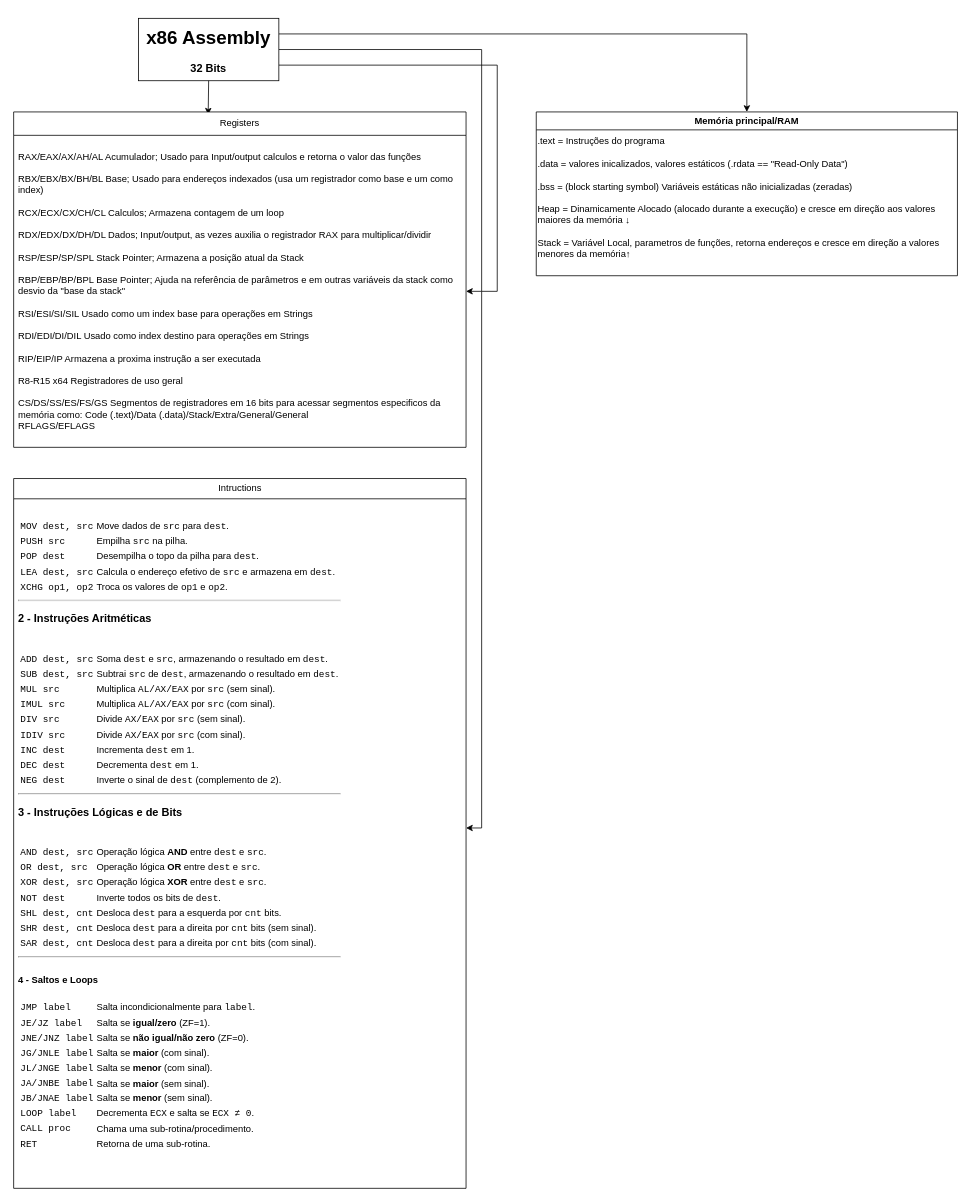
Before: x86AssemblyIntro.drawio in BrunoOfAstora/X86-Assembly-Introduction, a draw.io diagram. Source tidied: cells renumbered, new cells numbered last; positions are measured from the earlier drawing's top-left corner, leaving out a move shared by most shapes. Both pictures are drawn from the tidied source at 78%, with x=0, y=0 at pixel (13, 18).
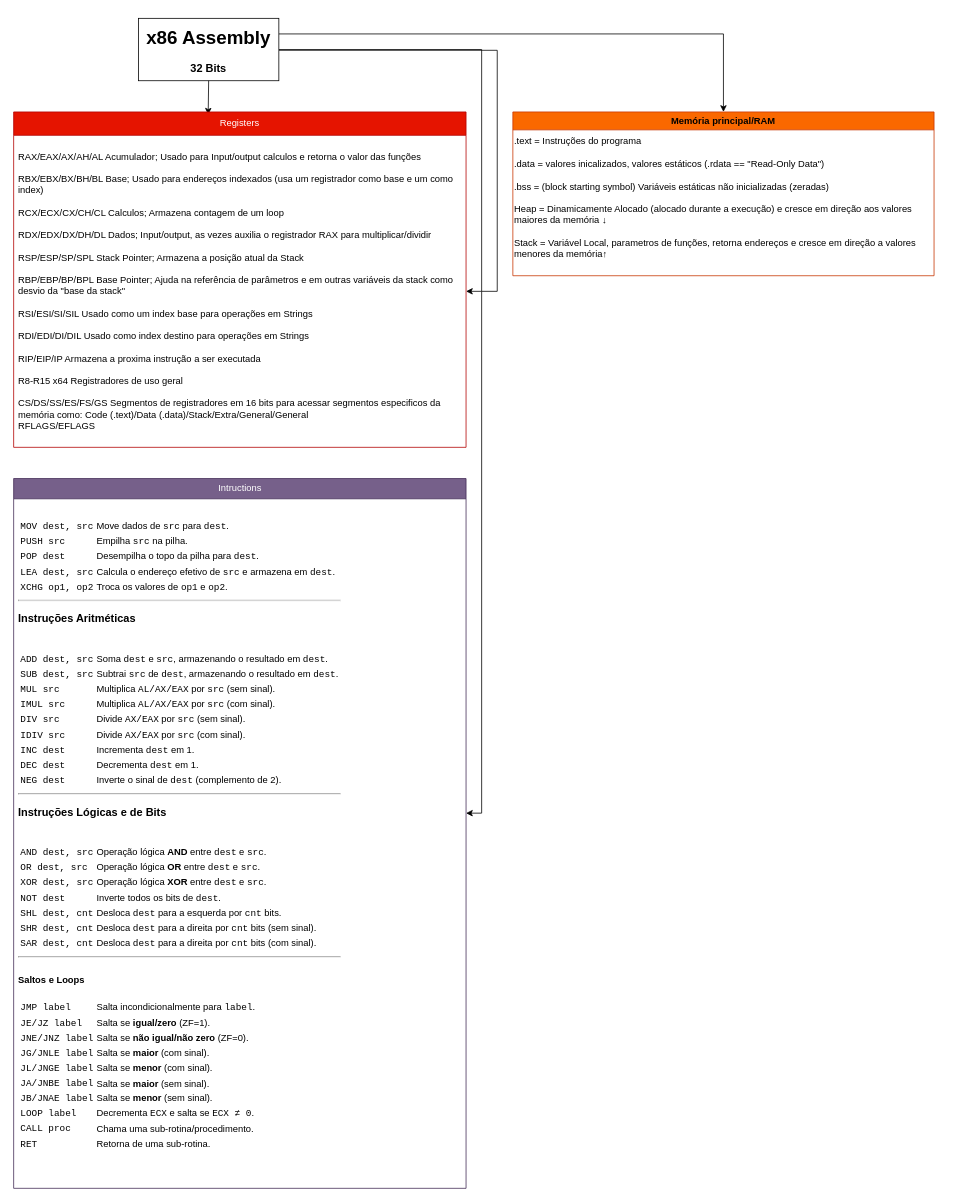
The same page after the edit.

The edit, as a diff of the source:
```diff
@@
 <mxGraphModel>
   <root>
     <mxCell id="0" />
     <mxCell id="1" parent="0" />
     <mxCell id="2" style="edgeStyle=orthogonalEdgeStyle;rounded=0;jettySize=auto;html=1;exitX=1;exitY=0.25;exitDx=0;exitDy=0;" parent="1" edge="1" source="5" target="11">
       <mxGeometry relative="1" as="geometry" />
     </mxCell>
     <mxCell id="3" style="edgeStyle=orthogonalEdgeStyle;rounded=0;jettySize=auto;html=1;exitX=1;exitY=0.5;exitDx=0;exitDy=0;entryX=1;entryY=0.5;entryDx=0;entryDy=0;" parent="1" edge="1" source="5" target="8">
       <mxGeometry relative="1" as="geometry" />
     </mxCell>
     <mxCell id="4" style="edgeStyle=orthogonalEdgeStyle;rounded=0;orthogonalLoop=1;jettySize=auto;html=1;entryX=1;entryY=0.5;entryDx=0;entryDy=0;" parent="1" edge="1">
       <mxGeometry relative="1" as="geometry">
-        <mxPoint x="340" y="60" as="sourcePoint" />
-        <mxPoint x="580" y="1038" as="targetPoint" />
+        <mxPoint x="340" y="41" as="sourcePoint" />
+        <mxPoint x="580" y="1019" as="targetPoint" />
         <Array as="points">
-          <mxPoint x="620" y="60" />
+          <mxPoint x="620" y="41" />
           <mxPoint x="620" y="350" />
           <mxPoint x="600" y="350" />
-          <mxPoint x="600" y="1038" />
+          <mxPoint x="600" y="1019" />
         </Array>
       </mxGeometry>
     </mxCell>
     <mxCell id="5" value="&lt;h1&gt;&lt;b&gt;x86 Assembly&lt;/b&gt;&lt;/h1&gt;&lt;h3&gt;32 Bits&lt;/h3&gt;" style="rounded=0;whiteSpace=wrap;html=1;" parent="1" vertex="1">
       <mxGeometry x="160" width="180" height="80" as="geometry" />
     </mxCell>
     <mxCell id="6" style="endArrow=classic;html=1;rounded=0;exitX=0.5;exitY=1;exitDx=0;exitDy=0;entryX=0.43;entryY=0.008;entryDx=0;entryDy=0;entryPerimeter=0;" parent="1" edge="1" source="5" target="7">
       <mxGeometry relative="1" as="geometry" />
     </mxCell>
-    <mxCell id="7" value="Registers" style="swimlane;fontStyle=0;horizontal=1;startSize=30;whiteSpace=wrap;html=1;" parent="1" vertex="1">
+    <mxCell id="7" value="Registers" style="swimlane;fontStyle=0;horizontal=1;startSize=30;whiteSpace=wrap;html=1;fillColor=light-dark(#E51400,#FF0000);fontColor=#ffffff;strokeColor=#B20000;" parent="1" vertex="1">
       <mxGeometry y="120" width="580" height="430" as="geometry" />
     </mxCell>
-    <mxCell id="8" value="&lt;div&gt;RAX/EAX/AX/AH/AL Acumulador; Usado para Input/output calculos e retorna o valor das funções&lt;/div&gt;&lt;br&gt;&lt;div&gt;RBX/EBX/BX/BH/BL Base; Usado para endereços indexados (usa um registrador como base e um como index)&lt;/div&gt;&lt;div&gt;&lt;br&gt;&lt;/div&gt;&lt;div&gt;RCX/ECX/CX/CH/CL Calculos; Armazena contagem de um loop&lt;/div&gt;&lt;div&gt;&lt;br&gt;&lt;/div&gt;&lt;div&gt;RDX/EDX/DX/DH/DL Dados; Input/output, as vezes auxilia o registrador RAX para multiplicar/dividir&lt;/div&gt;&lt;div&gt;&lt;br&gt;&lt;/div&gt;&lt;div&gt;RSP/ESP/SP/SPL Stack Pointer; Armazena a posição atual da Stack&lt;/div&gt;&lt;div&gt;&lt;br&gt;&lt;/div&gt;&lt;div&gt;RBP/EBP/BP/BPL Base Pointer; Ajuda na referência de parâmetros e em outras variáveis da stack como desvio da &quot;base da stack&quot;&lt;/div&gt;&lt;div&gt;&lt;br&gt;&lt;/div&gt;&lt;div&gt;RSI/ESI/SI/SIL Usado como um index base para operações em Strings&lt;/div&gt;&lt;div&gt;&lt;br&gt;&lt;/div&gt;&lt;div&gt;RDI/EDI/DI/DIL Usado como index destino para operações em Strings&lt;/div&gt;&lt;div&gt;&lt;br&gt;&lt;/div&gt;&lt;div&gt;RIP/EIP/IP Armazena a proxima instrução a ser executada&lt;/div&gt;&lt;div&gt;&lt;br&gt;&lt;/div&gt;&lt;div&gt;R8-R15 x64 Registradores de uso geral&lt;/div&gt;&lt;div&gt;&lt;br&gt;&lt;/div&gt;&lt;div&gt;CS/DS/SS/ES/FS/GS Segmentos de registradores em 16 bits para acessar segmentos especificos da memória como: Code (.text)/Data (.data)/Stack/Extra/General/General&lt;/div&gt;RFLAGS/EFLAGS" style="text;strokeColor=none;fillColor=none;align=left;verticalAlign=middle;spacingLeft=4;spacingRight=4;overflow=hidden;points=[[0,0.5],[1,0.5]];portConstraint=eastwest;whiteSpace=wrap;html=1;" parent="7" vertex="1">
+    <mxCell id="8" value="&lt;div&gt;RAX/EAX/AX/AH/AL Acumulador; Usado para Input/output calculos e retorna o valor das funções&lt;/div&gt;&lt;br&gt;&lt;div&gt;RBX/EBX/BX/BH/BL Base; Usado para endereços indexados (usa um registrador como base e um como index)&lt;/div&gt;&lt;div&gt;&lt;br&gt;&lt;/div&gt;&lt;div&gt;RCX/ECX/CX/CH/CL Calculos; Armazena contagem de um loop&lt;/div&gt;&lt;div&gt;&lt;br&gt;&lt;/div&gt;&lt;div&gt;RDX/EDX/DX/DH/DL Dados; Input/output, as vezes auxilia o registrador RAX para multiplicar/dividir&lt;/div&gt;&lt;div&gt;&lt;br&gt;&lt;/div&gt;&lt;div&gt;RSP/ESP/SP/SPL Stack Pointer; Armazena a posição atual da Stack&lt;/div&gt;&lt;div&gt;&lt;br&gt;&lt;/div&gt;&lt;div&gt;RBP/EBP/BP/BPL Base Pointer; Ajuda na referência de parâmetros e em outras variáveis da stack como desvio da &quot;base da stack&quot;&lt;/div&gt;&lt;div&gt;&lt;br&gt;&lt;/div&gt;&lt;div&gt;RSI/ESI/SI/SIL Usado como um index base para operações em Strings&lt;/div&gt;&lt;div&gt;&lt;br&gt;&lt;/div&gt;&lt;div&gt;RDI/EDI/DI/DIL Usado como index destino para operações em Strings&lt;/div&gt;&lt;div&gt;&lt;br&gt;&lt;/div&gt;&lt;div&gt;RIP/EIP/IP Armazena a proxima instrução a ser executada&lt;/div&gt;&lt;div&gt;&lt;br&gt;&lt;/div&gt;&lt;div&gt;R8-R15 x64 Registradores de uso geral&lt;/div&gt;&lt;div&gt;&lt;br&gt;&lt;/div&gt;&lt;div&gt;CS/DS/SS/ES/FS/GS Segmentos de registradores em 16 bits para acessar segmentos especificos da memória como: Code (.text)/Data (.data)/Stack/Extra/General/General&lt;/div&gt;RFLAGS/EFLAGS" style="text;align=left;verticalAlign=middle;spacingLeft=4;spacingRight=4;overflow=hidden;points=[[0,0.5],[1,0.5]];portConstraint=eastwest;whiteSpace=wrap;html=1;" parent="7" vertex="1">
       <mxGeometry y="30" width="580" height="400" as="geometry" />
     </mxCell>
-    <mxCell id="9" value="Intructions" style="swimlane;fontStyle=0;horizontal=1;startSize=26;fillColor=none;html=1;" parent="1" vertex="1">
+    <mxCell id="9" value="Intructions" style="swimlane;fontStyle=0;horizontal=1;startSize=26;fillColor=#76608a;html=1;fontColor=#ffffff;strokeColor=#432D57;" parent="1" vertex="1">
       <mxGeometry y="590" width="580" height="910" as="geometry" />
     </mxCell>
-    <mxCell id="10" value="&lt;table&gt;&lt;thead&gt;&lt;tr&gt;&lt;th&gt;&lt;br&gt;&lt;/th&gt;&lt;th&gt;&lt;br&gt;&lt;/th&gt;&lt;/tr&gt;&lt;/thead&gt;&lt;tbody&gt;&lt;tr&gt;&lt;td&gt;&lt;code&gt;MOV dest, src&lt;/code&gt;&lt;/td&gt;&lt;td&gt;Move dados de &lt;code&gt;src&lt;/code&gt; para &lt;code&gt;dest&lt;/code&gt;.&lt;/td&gt;&lt;/tr&gt;&lt;tr&gt;&lt;td&gt;&lt;code&gt;PUSH src&lt;/code&gt;&lt;/td&gt;&lt;td&gt;Empilha &lt;code&gt;src&lt;/code&gt; na pilha.&lt;/td&gt;&lt;/tr&gt;&lt;tr&gt;&lt;td&gt;&lt;code&gt;POP dest&lt;/code&gt;&lt;/td&gt;&lt;td&gt;Desempilha o topo da pilha para &lt;code&gt;dest&lt;/code&gt;.&lt;/td&gt;&lt;/tr&gt;&lt;tr&gt;&lt;td&gt;&lt;code&gt;LEA dest, src&lt;/code&gt;&lt;/td&gt;&lt;td&gt;Calcula o endereço efetivo de &lt;code&gt;src&lt;/code&gt; e armazena em &lt;code&gt;dest&lt;/code&gt;.&lt;/td&gt;&lt;/tr&gt;&lt;tr&gt;&lt;td&gt;&lt;code&gt;XCHG op1, op2&lt;/code&gt;&lt;/td&gt;&lt;td&gt;Troca os valores de &lt;code&gt;op1&lt;/code&gt; e &lt;code&gt;op2&lt;/code&gt;.&lt;/td&gt;&lt;/tr&gt;&lt;/tbody&gt;&lt;/table&gt;&lt;hr&gt;&lt;h3&gt;&lt;strong&gt;2 - Instruções Aritméticas&lt;/strong&gt;&lt;/h3&gt;&lt;table&gt;&lt;thead&gt;&lt;tr&gt;&lt;th&gt;&lt;br&gt;&lt;/th&gt;&lt;th&gt;&lt;br&gt;&lt;/th&gt;&lt;/tr&gt;&lt;/thead&gt;&lt;tbody&gt;&lt;tr&gt;&lt;td&gt;&lt;code&gt;ADD dest, src&lt;/code&gt;&lt;/td&gt;&lt;td&gt;Soma &lt;code&gt;dest&lt;/code&gt; e &lt;code&gt;src&lt;/code&gt;, armazenando o resultado em &lt;code&gt;dest&lt;/code&gt;.&lt;/td&gt;&lt;/tr&gt;&lt;tr&gt;&lt;td&gt;&lt;code&gt;SUB dest, src&lt;/code&gt;&lt;/td&gt;&lt;td&gt;Subtrai &lt;code&gt;src&lt;/code&gt; de &lt;code&gt;dest&lt;/code&gt;, armazenando o resultado em &lt;code&gt;dest&lt;/code&gt;.&lt;/td&gt;&lt;/tr&gt;&lt;tr&gt;&lt;td&gt;&lt;code&gt;MUL src&lt;/code&gt;&lt;/td&gt;&lt;td&gt;Multiplica &lt;code&gt;AL/AX/EAX&lt;/code&gt; por &lt;code&gt;src&lt;/code&gt; (sem sinal).&lt;/td&gt;&lt;/tr&gt;&lt;tr&gt;&lt;td&gt;&lt;code&gt;IMUL src&lt;/code&gt;&lt;/td&gt;&lt;td&gt;Multiplica &lt;code&gt;AL/AX/EAX&lt;/code&gt; por &lt;code&gt;src&lt;/code&gt; (com sinal).&lt;/td&gt;&lt;/tr&gt;&lt;tr&gt;&lt;td&gt;&lt;code&gt;DIV src&lt;/code&gt;&lt;/td&gt;&lt;td&gt;Divide &lt;code&gt;AX/EAX&lt;/code&gt; por &lt;code&gt;src&lt;/code&gt; (sem sinal).&lt;/td&gt;&lt;/tr&gt;&lt;tr&gt;&lt;td&gt;&lt;code&gt;IDIV src&lt;/code&gt;&lt;/td&gt;&lt;td&gt;Divide &lt;code&gt;AX/EAX&lt;/code&gt; por &lt;code&gt;src&lt;/code&gt; (com sinal).&lt;/td&gt;&lt;/tr&gt;&lt;tr&gt;&lt;td&gt;&lt;code&gt;INC dest&lt;/code&gt;&lt;/td&gt;&lt;td&gt;Incrementa &lt;code&gt;dest&lt;/code&gt; em 1.&lt;/td&gt;&lt;/tr&gt;&lt;tr&gt;&lt;td&gt;&lt;code&gt;DEC dest&lt;/code&gt;&lt;/td&gt;&lt;td&gt;Decrementa &lt;code&gt;dest&lt;/code&gt; em 1.&lt;/td&gt;&lt;/tr&gt;&lt;tr&gt;&lt;td&gt;&lt;code&gt;NEG dest&lt;/code&gt;&lt;/td&gt;&lt;td&gt;Inverte o sinal de &lt;code&gt;dest&lt;/code&gt; (complemento de 2).&lt;/td&gt;&lt;/tr&gt;&lt;/tbody&gt;&lt;/table&gt;&lt;hr&gt;&lt;h3&gt;&lt;strong&gt;3 - Instruções Lógicas e de Bits&lt;/strong&gt;&lt;/h3&gt;&lt;table&gt;&lt;thead&gt;&lt;tr&gt;&lt;th&gt;&lt;br&gt;&lt;/th&gt;&lt;th&gt;&lt;br&gt;&lt;/th&gt;&lt;/tr&gt;&lt;/thead&gt;&lt;tbody&gt;&lt;tr&gt;&lt;td&gt;&lt;code&gt;AND dest, src&lt;/code&gt;&lt;/td&gt;&lt;td&gt;Operação lógica &lt;strong&gt;AND&lt;/strong&gt; entre &lt;code&gt;dest&lt;/code&gt; e &lt;code&gt;src&lt;/code&gt;.&lt;/td&gt;&lt;/tr&gt;&lt;tr&gt;&lt;td&gt;&lt;code&gt;OR dest, src&lt;/code&gt;&lt;/td&gt;&lt;td&gt;Operação lógica &lt;strong&gt;OR&lt;/strong&gt; entre &lt;code&gt;dest&lt;/code&gt; e &lt;code&gt;src&lt;/code&gt;.&lt;/td&gt;&lt;/tr&gt;&lt;tr&gt;&lt;td&gt;&lt;code&gt;XOR dest, src&lt;/code&gt;&lt;/td&gt;&lt;td&gt;Operação lógica &lt;strong&gt;XOR&lt;/strong&gt; entre &lt;code&gt;dest&lt;/code&gt; e &lt;code&gt;src&lt;/code&gt;.&lt;/td&gt;&lt;/tr&gt;&lt;tr&gt;&lt;td&gt;&lt;code&gt;NOT dest&lt;/code&gt;&lt;/td&gt;&lt;td&gt;Inverte todos os bits de &lt;code&gt;dest&lt;/code&gt;.&lt;/td&gt;&lt;/tr&gt;&lt;tr&gt;&lt;td&gt;&lt;code&gt;SHL dest, cnt&lt;/code&gt;&lt;/td&gt;&lt;td&gt;Desloca &lt;code&gt;dest&lt;/code&gt; para a esquerda por &lt;code&gt;cnt&lt;/code&gt; bits.&lt;/td&gt;&lt;/tr&gt;&lt;tr&gt;&lt;td&gt;&lt;code&gt;SHR dest, cnt&lt;/code&gt;&lt;/td&gt;&lt;td&gt;Desloca &lt;code&gt;dest&lt;/code&gt; para a direita por &lt;code&gt;cnt&lt;/code&gt; bits (sem sinal).&lt;/td&gt;&lt;/tr&gt;&lt;tr&gt;&lt;td&gt;&lt;code&gt;SAR dest, cnt&lt;/code&gt;&lt;/td&gt;&lt;td&gt;Desloca &lt;code&gt;dest&lt;/code&gt; para a direita por &lt;code&gt;cnt&lt;/code&gt; bits (com sinal).&lt;/td&gt;&lt;/tr&gt;&lt;/tbody&gt;&lt;/table&gt;&lt;hr&gt;&lt;div&gt;&lt;strong&gt;&lt;br&gt;&lt;/strong&gt;&lt;/div&gt;&lt;div&gt;&lt;strong&gt;4 - Saltos e Loops&lt;/strong&gt;&lt;/div&gt;&lt;table&gt;&lt;thead&gt;&lt;tr&gt;&lt;th&gt;&lt;br&gt;&lt;/th&gt;&lt;th&gt;&lt;br&gt;&lt;/th&gt;&lt;/tr&gt;&lt;/thead&gt;&lt;tbody&gt;&lt;tr&gt;&lt;td&gt;&lt;code&gt;JMP label&lt;/code&gt;&lt;/td&gt;&lt;td&gt;Salta incondicionalmente para &lt;code&gt;label&lt;/code&gt;.&lt;/td&gt;&lt;/tr&gt;&lt;tr&gt;&lt;td&gt;&lt;code&gt;JE/JZ label&lt;/code&gt;&lt;/td&gt;&lt;td&gt;Salta se &lt;strong&gt;igual/zero&lt;/strong&gt; (ZF=1).&lt;/td&gt;&lt;/tr&gt;&lt;tr&gt;&lt;td&gt;&lt;code&gt;JNE/JNZ label&lt;/code&gt;&lt;/td&gt;&lt;td&gt;Salta se &lt;strong&gt;não igual/não zero&lt;/strong&gt; (ZF=0).&lt;/td&gt;&lt;/tr&gt;&lt;tr&gt;&lt;td&gt;&lt;code&gt;JG/JNLE label&lt;/code&gt;&lt;/td&gt;&lt;td&gt;Salta se &lt;strong&gt;maior&lt;/strong&gt; (com sinal).&lt;/td&gt;&lt;/tr&gt;&lt;tr&gt;&lt;td&gt;&lt;code&gt;JL/JNGE label&lt;/code&gt;&lt;/td&gt;&lt;td&gt;Salta se &lt;strong&gt;menor&lt;/strong&gt; (com sinal).&lt;/td&gt;&lt;/tr&gt;&lt;tr&gt;&lt;td&gt;&lt;code&gt;JA/JNBE label&lt;/code&gt;&lt;/td&gt;&lt;td&gt;Salta se &lt;strong&gt;maior&lt;/strong&gt; (sem sinal).&lt;/td&gt;&lt;/tr&gt;&lt;tr&gt;&lt;td&gt;&lt;code&gt;JB/JNAE label&lt;/code&gt;&lt;/td&gt;&lt;td&gt;Salta se &lt;strong&gt;menor&lt;/strong&gt; (sem sinal).&lt;/td&gt;&lt;/tr&gt;&lt;tr&gt;&lt;td&gt;&lt;code&gt;LOOP label&lt;/code&gt;&lt;/td&gt;&lt;td&gt;Decrementa &lt;code&gt;ECX&lt;/code&gt; e salta se &lt;code&gt;ECX ≠ 0&lt;/code&gt;.&lt;/td&gt;&lt;/tr&gt;&lt;tr&gt;&lt;td&gt;&lt;code&gt;CALL proc&lt;/code&gt;&lt;/td&gt;&lt;td&gt;Chama uma sub-rotina/procedimento.&lt;/td&gt;&lt;/tr&gt;&lt;tr&gt;&lt;td&gt;&lt;code&gt;RET&lt;/code&gt;&lt;/td&gt;&lt;td&gt;Retorna de uma sub-rotina.&lt;/td&gt;&lt;/tr&gt;&lt;/tbody&gt;&lt;/table&gt;" style="text;strokeColor=none;fillColor=none;align=left;verticalAlign=top;spacingLeft=4;spacingRight=4;overflow=hidden;whiteSpace=wrap;html=1;" parent="9" vertex="1">
+    <mxCell id="10" value="&lt;table&gt;&lt;thead&gt;&lt;tr&gt;&lt;th&gt;&lt;br&gt;&lt;/th&gt;&lt;th&gt;&lt;br&gt;&lt;/th&gt;&lt;/tr&gt;&lt;/thead&gt;&lt;tbody&gt;&lt;tr&gt;&lt;td&gt;&lt;code&gt;MOV dest, src&lt;/code&gt;&lt;/td&gt;&lt;td&gt;Move dados de &lt;code&gt;src&lt;/code&gt; para &lt;code&gt;dest&lt;/code&gt;.&lt;/td&gt;&lt;/tr&gt;&lt;tr&gt;&lt;td&gt;&lt;code&gt;PUSH src&lt;/code&gt;&lt;/td&gt;&lt;td&gt;Empilha &lt;code&gt;src&lt;/code&gt; na pilha.&lt;/td&gt;&lt;/tr&gt;&lt;tr&gt;&lt;td&gt;&lt;code&gt;POP dest&lt;/code&gt;&lt;/td&gt;&lt;td&gt;Desempilha o topo da pilha para &lt;code&gt;dest&lt;/code&gt;.&lt;/td&gt;&lt;/tr&gt;&lt;tr&gt;&lt;td&gt;&lt;code&gt;LEA dest, src&lt;/code&gt;&lt;/td&gt;&lt;td&gt;Calcula o endereço efetivo de &lt;code&gt;src&lt;/code&gt; e armazena em &lt;code&gt;dest&lt;/code&gt;.&lt;/td&gt;&lt;/tr&gt;&lt;tr&gt;&lt;td&gt;&lt;code&gt;XCHG op1, op2&lt;/code&gt;&lt;/td&gt;&lt;td&gt;Troca os valores de &lt;code&gt;op1&lt;/code&gt; e &lt;code&gt;op2&lt;/code&gt;.&lt;/td&gt;&lt;/tr&gt;&lt;/tbody&gt;&lt;/table&gt;&lt;hr&gt;&lt;h3&gt;&lt;strong&gt;Instruções Aritméticas&lt;/strong&gt;&lt;/h3&gt;&lt;table&gt;&lt;thead&gt;&lt;tr&gt;&lt;th&gt;&lt;br&gt;&lt;/th&gt;&lt;th&gt;&lt;br&gt;&lt;/th&gt;&lt;/tr&gt;&lt;/thead&gt;&lt;tbody&gt;&lt;tr&gt;&lt;td&gt;&lt;code&gt;ADD dest, src&lt;/code&gt;&lt;/td&gt;&lt;td&gt;Soma &lt;code&gt;dest&lt;/code&gt; e &lt;code&gt;src&lt;/code&gt;, armazenando o resultado em &lt;code&gt;dest&lt;/code&gt;.&lt;/td&gt;&lt;/tr&gt;&lt;tr&gt;&lt;td&gt;&lt;code&gt;SUB dest, src&lt;/code&gt;&lt;/td&gt;&lt;td&gt;Subtrai &lt;code&gt;src&lt;/code&gt; de &lt;code&gt;dest&lt;/code&gt;, armazenando o resultado em &lt;code&gt;dest&lt;/code&gt;.&lt;/td&gt;&lt;/tr&gt;&lt;tr&gt;&lt;td&gt;&lt;code&gt;MUL src&lt;/code&gt;&lt;/td&gt;&lt;td&gt;Multiplica &lt;code&gt;AL/AX/EAX&lt;/code&gt; por &lt;code&gt;src&lt;/code&gt; (sem sinal).&lt;/td&gt;&lt;/tr&gt;&lt;tr&gt;&lt;td&gt;&lt;code&gt;IMUL src&lt;/code&gt;&lt;/td&gt;&lt;td&gt;Multiplica &lt;code&gt;AL/AX/EAX&lt;/code&gt; por &lt;code&gt;src&lt;/code&gt; (com sinal).&lt;/td&gt;&lt;/tr&gt;&lt;tr&gt;&lt;td&gt;&lt;code&gt;DIV src&lt;/code&gt;&lt;/td&gt;&lt;td&gt;Divide &lt;code&gt;AX/EAX&lt;/code&gt; por &lt;code&gt;src&lt;/code&gt; (sem sinal).&lt;/td&gt;&lt;/tr&gt;&lt;tr&gt;&lt;td&gt;&lt;code&gt;IDIV src&lt;/code&gt;&lt;/td&gt;&lt;td&gt;Divide &lt;code&gt;AX/EAX&lt;/code&gt; por &lt;code&gt;src&lt;/code&gt; (com sinal).&lt;/td&gt;&lt;/tr&gt;&lt;tr&gt;&lt;td&gt;&lt;code&gt;INC dest&lt;/code&gt;&lt;/td&gt;&lt;td&gt;Incrementa &lt;code&gt;dest&lt;/code&gt; em 1.&lt;/td&gt;&lt;/tr&gt;&lt;tr&gt;&lt;td&gt;&lt;code&gt;DEC dest&lt;/code&gt;&lt;/td&gt;&lt;td&gt;Decrementa &lt;code&gt;dest&lt;/code&gt; em 1.&lt;/td&gt;&lt;/tr&gt;&lt;tr&gt;&lt;td&gt;&lt;code&gt;NEG dest&lt;/code&gt;&lt;/td&gt;&lt;td&gt;Inverte o sinal de &lt;code&gt;dest&lt;/code&gt; (complemento de 2).&lt;/td&gt;&lt;/tr&gt;&lt;/tbody&gt;&lt;/table&gt;&lt;hr&gt;&lt;h3&gt;&lt;strong&gt;Instruções Lógicas e de Bits&lt;/strong&gt;&lt;/h3&gt;&lt;table&gt;&lt;thead&gt;&lt;tr&gt;&lt;th&gt;&lt;br&gt;&lt;/th&gt;&lt;th&gt;&lt;br&gt;&lt;/th&gt;&lt;/tr&gt;&lt;/thead&gt;&lt;tbody&gt;&lt;tr&gt;&lt;td&gt;&lt;code&gt;AND dest, src&lt;/code&gt;&lt;/td&gt;&lt;td&gt;Operação lógica &lt;strong&gt;AND&lt;/strong&gt; entre &lt;code&gt;dest&lt;/code&gt; e &lt;code&gt;src&lt;/code&gt;.&lt;/td&gt;&lt;/tr&gt;&lt;tr&gt;&lt;td&gt;&lt;code&gt;OR dest, src&lt;/code&gt;&lt;/td&gt;&lt;td&gt;Operação lógica &lt;strong&gt;OR&lt;/strong&gt; entre &lt;code&gt;dest&lt;/code&gt; e &lt;code&gt;src&lt;/code&gt;.&lt;/td&gt;&lt;/tr&gt;&lt;tr&gt;&lt;td&gt;&lt;code&gt;XOR dest, src&lt;/code&gt;&lt;/td&gt;&lt;td&gt;Operação lógica &lt;strong&gt;XOR&lt;/strong&gt; entre &lt;code&gt;dest&lt;/code&gt; e &lt;code&gt;src&lt;/code&gt;.&lt;/td&gt;&lt;/tr&gt;&lt;tr&gt;&lt;td&gt;&lt;code&gt;NOT dest&lt;/code&gt;&lt;/td&gt;&lt;td&gt;Inverte todos os bits de &lt;code&gt;dest&lt;/code&gt;.&lt;/td&gt;&lt;/tr&gt;&lt;tr&gt;&lt;td&gt;&lt;code&gt;SHL dest, cnt&lt;/code&gt;&lt;/td&gt;&lt;td&gt;Desloca &lt;code&gt;dest&lt;/code&gt; para a esquerda por &lt;code&gt;cnt&lt;/code&gt; bits.&lt;/td&gt;&lt;/tr&gt;&lt;tr&gt;&lt;td&gt;&lt;code&gt;SHR dest, cnt&lt;/code&gt;&lt;/td&gt;&lt;td&gt;Desloca &lt;code&gt;dest&lt;/code&gt; para a direita por &lt;code&gt;cnt&lt;/code&gt; bits (sem sinal).&lt;/td&gt;&lt;/tr&gt;&lt;tr&gt;&lt;td&gt;&lt;code&gt;SAR dest, cnt&lt;/code&gt;&lt;/td&gt;&lt;td&gt;Desloca &lt;code&gt;dest&lt;/code&gt; para a direita por &lt;code&gt;cnt&lt;/code&gt; bits (com sinal).&lt;/td&gt;&lt;/tr&gt;&lt;/tbody&gt;&lt;/table&gt;&lt;hr&gt;&lt;div&gt;&lt;strong&gt;&lt;br&gt;&lt;/strong&gt;&lt;/div&gt;&lt;div&gt;&lt;strong&gt;Saltos e Loops&lt;/strong&gt;&lt;/div&gt;&lt;table&gt;&lt;thead&gt;&lt;tr&gt;&lt;th&gt;&lt;br&gt;&lt;/th&gt;&lt;th&gt;&lt;br&gt;&lt;/th&gt;&lt;/tr&gt;&lt;/thead&gt;&lt;tbody&gt;&lt;tr&gt;&lt;td&gt;&lt;code&gt;JMP label&lt;/code&gt;&lt;/td&gt;&lt;td&gt;Salta incondicionalmente para &lt;code&gt;label&lt;/code&gt;.&lt;/td&gt;&lt;/tr&gt;&lt;tr&gt;&lt;td&gt;&lt;code&gt;JE/JZ label&lt;/code&gt;&lt;/td&gt;&lt;td&gt;Salta se &lt;strong&gt;igual/zero&lt;/strong&gt; (ZF=1).&lt;/td&gt;&lt;/tr&gt;&lt;tr&gt;&lt;td&gt;&lt;code&gt;JNE/JNZ label&lt;/code&gt;&lt;/td&gt;&lt;td&gt;Salta se &lt;strong&gt;não igual/não zero&lt;/strong&gt; (ZF=0).&lt;/td&gt;&lt;/tr&gt;&lt;tr&gt;&lt;td&gt;&lt;code&gt;JG/JNLE label&lt;/code&gt;&lt;/td&gt;&lt;td&gt;Salta se &lt;strong&gt;maior&lt;/strong&gt; (com sinal).&lt;/td&gt;&lt;/tr&gt;&lt;tr&gt;&lt;td&gt;&lt;code&gt;JL/JNGE label&lt;/code&gt;&lt;/td&gt;&lt;td&gt;Salta se &lt;strong&gt;menor&lt;/strong&gt; (com sinal).&lt;/td&gt;&lt;/tr&gt;&lt;tr&gt;&lt;td&gt;&lt;code&gt;JA/JNBE label&lt;/code&gt;&lt;/td&gt;&lt;td&gt;Salta se &lt;strong&gt;maior&lt;/strong&gt; (sem sinal).&lt;/td&gt;&lt;/tr&gt;&lt;tr&gt;&lt;td&gt;&lt;code&gt;JB/JNAE label&lt;/code&gt;&lt;/td&gt;&lt;td&gt;Salta se &lt;strong&gt;menor&lt;/strong&gt; (sem sinal).&lt;/td&gt;&lt;/tr&gt;&lt;tr&gt;&lt;td&gt;&lt;code&gt;LOOP label&lt;/code&gt;&lt;/td&gt;&lt;td&gt;Decrementa &lt;code&gt;ECX&lt;/code&gt; e salta se &lt;code&gt;ECX ≠ 0&lt;/code&gt;.&lt;/td&gt;&lt;/tr&gt;&lt;tr&gt;&lt;td&gt;&lt;code&gt;CALL proc&lt;/code&gt;&lt;/td&gt;&lt;td&gt;Chama uma sub-rotina/procedimento.&lt;/td&gt;&lt;/tr&gt;&lt;tr&gt;&lt;td&gt;&lt;code&gt;RET&lt;/code&gt;&lt;/td&gt;&lt;td&gt;Retorna de uma sub-rotina.&lt;/td&gt;&lt;/tr&gt;&lt;/tbody&gt;&lt;/table&gt;" style="text;strokeColor=none;fillColor=none;align=left;verticalAlign=top;spacingLeft=4;spacingRight=4;overflow=hidden;whiteSpace=wrap;html=1;" parent="9" vertex="1">
       <mxGeometry y="26" width="580" height="884" as="geometry" />
     </mxCell>
-    <mxCell id="11" value="Memória principal/RAM" style="swimlane;startSize=23;" parent="1" vertex="1">
-      <mxGeometry x="670" y="120" width="540" height="210" as="geometry" />
+    <mxCell id="11" value="Memória principal/RAM" style="swimlane;startSize=23;fillColor=#fa6800;fontColor=#000000;strokeColor=#C73500;" parent="1" vertex="1">
+      <mxGeometry x="640" y="120" width="540" height="210" as="geometry" />
     </mxCell>
     <mxCell id="12" value="&lt;div align=&quot;left&quot;&gt;.text = Instruções do programa&lt;/div&gt;&lt;div align=&quot;left&quot;&gt;&lt;br&gt;&lt;/div&gt;&lt;div align=&quot;left&quot;&gt;.data = valores inicalizados, valores estáticos (.rdata == &quot;Read-Only Data&quot;)&lt;br&gt;&lt;/div&gt;&lt;div align=&quot;left&quot;&gt;&lt;br&gt;&lt;/div&gt;&lt;div align=&quot;left&quot;&gt;.bss = (block starting symbol) Variáveis estáticas não inicializadas (zeradas)&lt;/div&gt;&lt;div align=&quot;left&quot;&gt;&lt;br&gt;&lt;/div&gt;&lt;div align=&quot;left&quot;&gt;Heap = Dinamicamente Alocado (alocado durante a execução) e cresce em direção aos valores&lt;/div&gt;&lt;div align=&quot;left&quot;&gt;maiores da memória ↓&lt;br&gt;&lt;/div&gt;&lt;div align=&quot;left&quot;&gt;&lt;br&gt;&lt;/div&gt;&lt;div align=&quot;left&quot;&gt;Stack = Variável Local, parametros de funções, retorna endereços e cresce em direção a valores&lt;/div&gt;&lt;div align=&quot;left&quot;&gt;menores da memória↑&lt;/div&gt;" style="text;html=1;align=left;verticalAlign=middle;strokeColor=none;fillColor=none;" parent="11" vertex="1">
       <mxGeometry y="25" width="540" height="170" as="geometry" />
     </mxCell>
   </root>
 </mxGraphModel>
```
